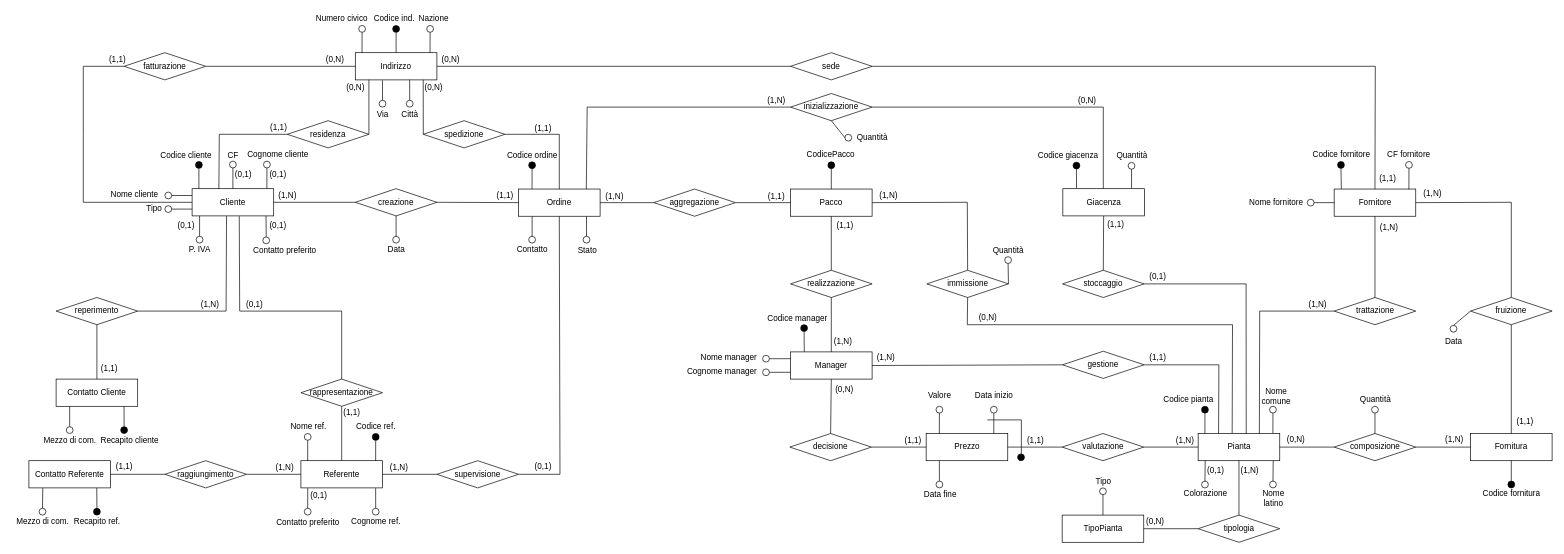
The draw.io diagram ER-diagrams/ER-master-bis.drawio in nic-agos/Verde-S.R.L, before the edit. Source tidied: cells renumbered, new cells numbered last; positions are measured from the earlier drawing's top-left corner, leaving out a move shared by most shapes. Both pictures are drawn from the tidied source at 68%, with x=0, y=0 at pixel (12, 12).
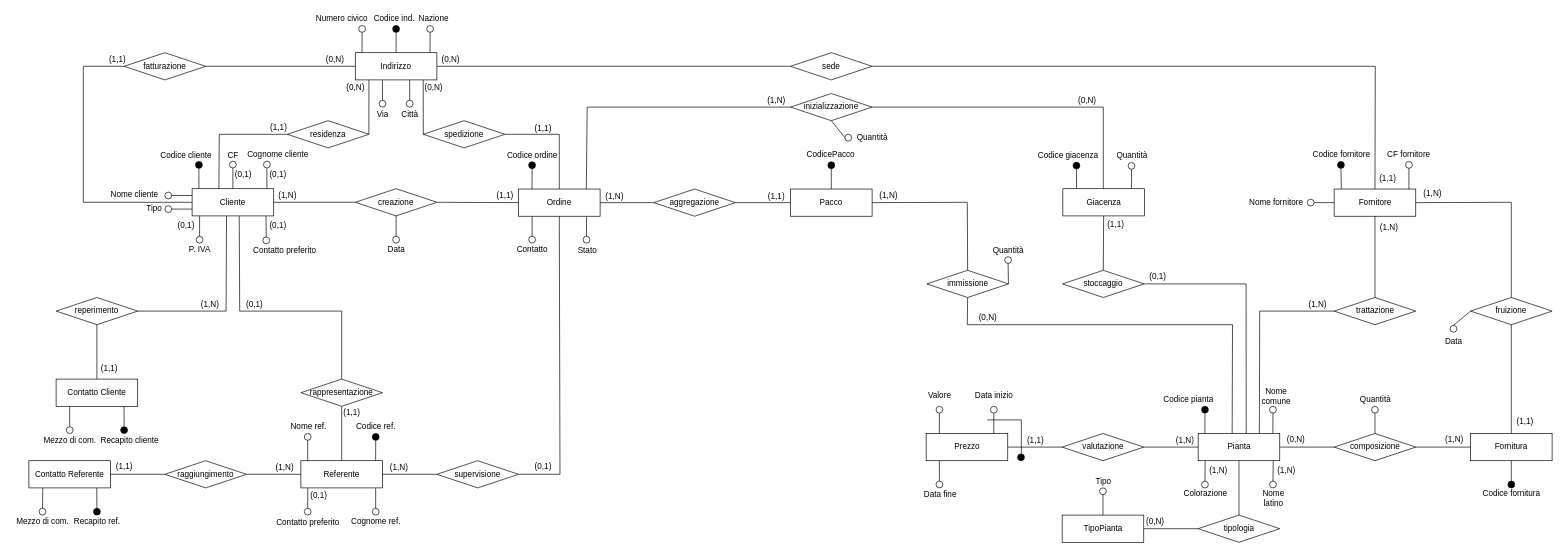
Above is the later version.

The change refers to these unchanged cells:
```xml
<mxCell id="31" value="Pacco" style="rounded=0;whiteSpace=wrap;html=1;strokeWidth=1;perimeterSpacing=0;" parent="1" vertex="1">
  <mxGeometry x="1145" y="260.5" width="120" height="40" as="geometry" />
</mxCell>
<mxCell id="67" value="Pianta" style="rounded=0;whiteSpace=wrap;html=1;strokeWidth=1;perimeterSpacing=0;" parent="1" vertex="1">
  <mxGeometry x="1744.5" y="620" width="120" height="40" as="geometry" />
</mxCell>
<mxCell id="75" value="Prezzo" style="rounded=0;whiteSpace=wrap;html=1;strokeWidth=1;perimeterSpacing=0;" parent="1" vertex="1">
  <mxGeometry x="1344.5" y="620" width="120" height="40" as="geometry" />
</mxCell>
```

Diff of the diagram source:
```diff
@@
-    <mxCell id="89" value="Manager" style="rounded=0;whiteSpace=wrap;html=1;strokeWidth=1;perimeterSpacing=0;" parent="1" vertex="1">
-      <mxGeometry x="1145" y="500" width="120" height="40" as="geometry" />
-    </mxCell>
-    <mxCell id="90" value="realizzazione" style="rhombus;whiteSpace=wrap;html=1;" parent="1" vertex="1">
-      <mxGeometry x="1145" y="380" width="120" height="40" as="geometry" />
-    </mxCell>
-    <mxCell id="91" value="gestione" style="rhombus;whiteSpace=wrap;html=1;" parent="1" vertex="1">
-      <mxGeometry x="1545" y="499" width="120" height="40" as="geometry" />
-    </mxCell>
-    <mxCell id="92" value="decisione" style="rhombus;whiteSpace=wrap;html=1;" parent="1" vertex="1">
-      <mxGeometry x="1144" y="620" width="120" height="40" as="geometry" />
-    </mxCell>
-    <mxCell id="93" value="(1,N)" style="text;html=1;align=center;verticalAlign=middle;strokeColor=none;fillColor=none;" parent="1" vertex="1">
-      <mxGeometry x="1202" y="475" width="40" height="20" as="geometry" />
-    </mxCell>
-    <mxCell id="94" value="(1,1)" style="text;html=1;align=center;verticalAlign=middle;strokeColor=none;fillColor=none;" parent="1" vertex="1">
-      <mxGeometry x="1305" y="620" width="40" height="20" as="geometry" />
-    </mxCell>
-    <mxCell id="95" value="(1,N)" style="text;html=1;align=center;verticalAlign=middle;strokeColor=none;fillColor=none;" parent="1" vertex="1">
-      <mxGeometry x="1265" y="499" width="40" height="20" as="geometry" />
-    </mxCell>
-    <mxCell id="96" value="(0,N)" style="text;html=1;align=center;verticalAlign=middle;strokeColor=none;fillColor=none;" parent="1" vertex="1">
-      <mxGeometry x="1204" y="546" width="40" height="20" as="geometry" />
-    </mxCell>
-    <mxCell id="97" style="endArrow=none;html=1;rounded=0;entryX=0.5;entryY=1;entryDx=0;entryDy=0;exitX=0.5;exitY=0;exitDx=0;exitDy=0;" parent="1" edge="1" source="90" target="31">
-      <mxGeometry relative="1" as="geometry" />
-    </mxCell>
-    <mxCell id="98" style="endArrow=none;html=1;rounded=0;exitX=0.5;exitY=0;exitDx=0;exitDy=0;entryX=0.5;entryY=1;entryDx=0;entryDy=0;" parent="1" edge="1" source="89" target="90">
-      <mxGeometry relative="1" as="geometry" />
-    </mxCell>
-    <mxCell id="99" style="endArrow=none;html=1;rounded=0;exitX=0.5;exitY=0;exitDx=0;exitDy=0;entryX=0.5;entryY=1;entryDx=0;entryDy=0;" parent="1" edge="1" source="92" target="89">
-      <mxGeometry relative="1" as="geometry" />
-    </mxCell>
-    <mxCell id="100" style="endArrow=none;html=1;rounded=0;exitX=1;exitY=0.5;exitDx=0;exitDy=0;entryX=0;entryY=0.5;entryDx=0;entryDy=0;" parent="1" edge="1" source="92" target="75">
-      <mxGeometry relative="1" as="geometry" />
-    </mxCell>
-    <mxCell id="101" style="endArrow=none;html=1;rounded=0;exitX=1;exitY=0.5;exitDx=0;exitDy=0;entryX=0;entryY=0.5;entryDx=0;entryDy=0;" parent="1" edge="1" source="89" target="91">
-      <mxGeometry relative="1" as="geometry" />
-    </mxCell>
@@
-    <mxCell id="109" value="(1,1)" style="text;html=1;align=center;verticalAlign=middle;strokeColor=none;fillColor=none;" parent="1" vertex="1">
-      <mxGeometry x="1205" y="304" width="40" height="20" as="geometry" />
-    </mxCell>
@@
-    <mxCell id="124" value="(1,1)" style="text;html=1;align=center;verticalAlign=middle;strokeColor=none;fillColor=none;" parent="1" vertex="1">
-      <mxGeometry x="1664.5" y="499" width="40" height="20" as="geometry" />
-    </mxCell>
@@
-    <mxCell id="131" style="endArrow=none;html=1;rounded=0;exitX=1;exitY=0.5;exitDx=0;exitDy=0;entryX=0.25;entryY=0;entryDx=0;entryDy=0;" parent="1" edge="1" source="91" target="67">
-      <mxGeometry relative="1" as="geometry">
-        <Array as="points">
-          <mxPoint x="1775" y="519" />
-        </Array>
-      </mxGeometry>
-    </mxCell>
@@
-    <mxCell id="161" style="ellipse;whiteSpace=wrap;html=1;strokeWidth=1;fillColor=#000000;" parent="1" vertex="1">
-      <mxGeometry x="1160" y="460" width="10" height="10" as="geometry" />
-    </mxCell>
-    <mxCell id="162" style="endArrow=none;html=1;rounded=0;entryX=0.5;entryY=1;entryDx=0;entryDy=0;exitX=0.169;exitY=-0.004;exitDx=0;exitDy=0;exitPerimeter=0;" parent="1" edge="1" source="89" target="161">
-      <mxGeometry relative="1" as="geometry" />
-    </mxCell>
-    <mxCell id="163" value="Codice manager" style="text;html=1;align=center;verticalAlign=middle;strokeColor=none;fillColor=none;" parent="1" vertex="1">
-      <mxGeometry x="1105" y="441" width="100" height="20" as="geometry" />
-    </mxCell>
-    <mxCell id="164" style="ellipse;whiteSpace=wrap;html=1;strokeWidth=1;fillColor=none;" parent="1" vertex="1">
-      <mxGeometry x="1104" y="505" width="10" height="10" as="geometry" />
-    </mxCell>
-    <mxCell id="165" style="ellipse;whiteSpace=wrap;html=1;strokeWidth=1;fillColor=none;" parent="1" vertex="1">
-      <mxGeometry x="1104" y="525" width="10" height="10" as="geometry" />
-    </mxCell>
-    <mxCell id="166" style="endArrow=none;html=1;rounded=0;exitX=1;exitY=0.5;exitDx=0;exitDy=0;entryX=0;entryY=0.75;entryDx=0;entryDy=0;" parent="1" edge="1" source="165" target="89">
-      <mxGeometry relative="1" as="geometry" />
-    </mxCell>
-    <mxCell id="167" style="endArrow=none;html=1;rounded=0;exitX=1;exitY=0.5;exitDx=0;exitDy=0;entryX=0;entryY=0.25;entryDx=0;entryDy=0;" parent="1" edge="1" source="164" target="89">
-      <mxGeometry relative="1" as="geometry" />
-    </mxCell>
-    <mxCell id="168" value="Nome manager" style="text;html=1;align=center;verticalAlign=middle;strokeColor=none;fillColor=none;" parent="1" vertex="1">
-      <mxGeometry x="1004" y="499" width="100" height="20" as="geometry" />
-    </mxCell>
-    <mxCell id="169" value="Cognome manager" style="text;html=1;align=center;verticalAlign=middle;strokeColor=none;fillColor=none;" parent="1" vertex="1">
-      <mxGeometry x="984" y="519" width="120" height="20" as="geometry" />
-    </mxCell>
@@
     <mxCell id="185" value="(1,N)" style="text;html=1;align=center;verticalAlign=middle;strokeColor=none;fillColor=none;" parent="1" vertex="1">
-      <mxGeometry x="1799.5" y="665" width="40" height="20" as="geometry" />
+      <mxGeometry x="1853.5" y="665" width="40" height="20" as="geometry" />
     </mxCell>
-    <mxCell id="186" value="(0,1)" style="text;html=1;align=center;verticalAlign=middle;strokeColor=none;fillColor=none;" parent="1" vertex="1">
-      <mxGeometry x="1749.5" y="665" width="40" height="20" as="geometry" />
+    <mxCell id="186" value="(1,N)" style="text;html=1;align=center;verticalAlign=middle;strokeColor=none;fillColor=none;" parent="1" vertex="1">
+      <mxGeometry x="1753.5" y="665" width="40" height="20" as="geometry" />
     </mxCell>
```
